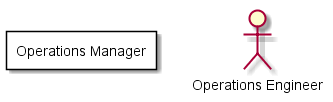
Earlier version of the PlantUML export design/Actors/OperationsManager/UseCases.png (CAADE/C3). Source of this version:
```plantuml
@startuml
:Operations Engineer: as Ops

rectangle "Operations Manager" {

}
@enduml
```
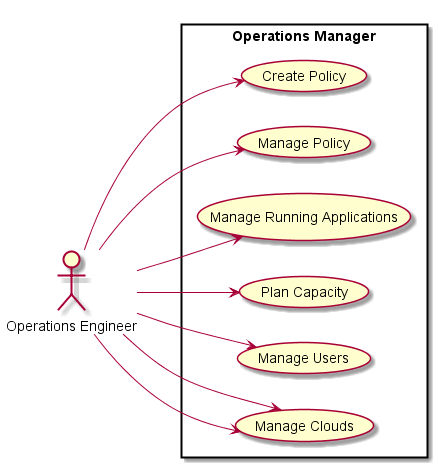
After the commit.

What changed in the source:
```diff
@@ -1,7 +1,15 @@
 @startuml
+left to right direction
+
 :Operations Engineer: as Ops
 
 rectangle "Operations Manager" {
-
+Ops --> (Create Policy)
+Ops --> (Manage Policy)
+Ops --> (Manage Running Applications)
+Ops --> (Plan Capacity)
+Ops --> (Manage Users)
+Ops --> (Manage Clouds)
+Ops --> (Manage Clouds)
 }
 @enduml
```
